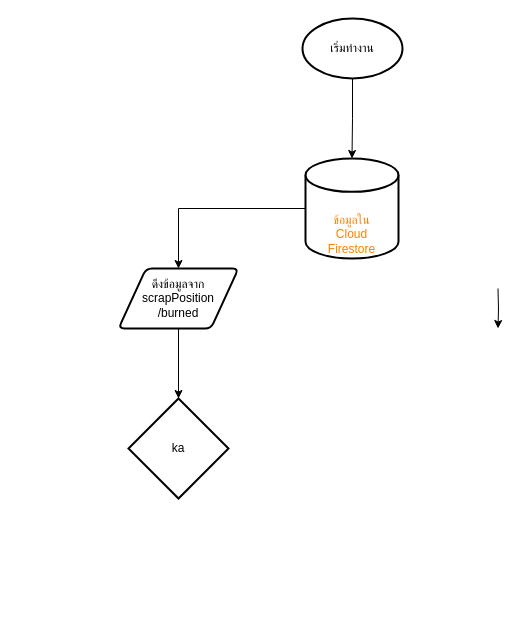
Above: Untitled Diagram.drawio in blykan/hello-world (draw.io), before the change. Source tidied: cells renumbered, new cells numbered last; positions are measured from the earlier drawing's top-left corner, leaving out a move shared by most shapes. Both pictures are drawn from the tidied source at 100%, with x=0, y=0 at pixel (118, 18).
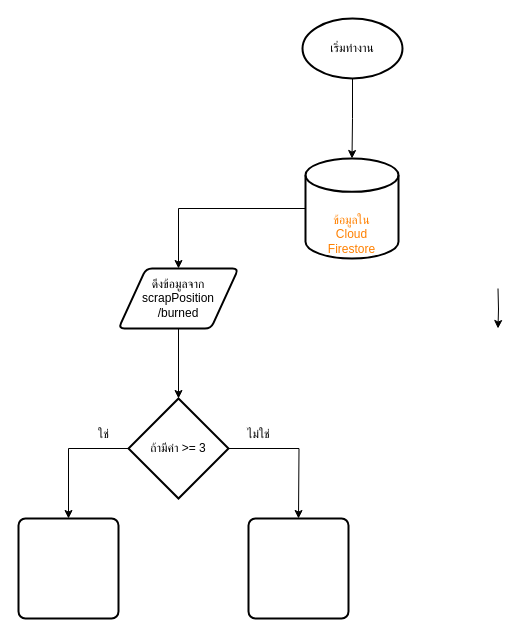
The same diagram, later.

Change to the diagram source:
```diff
@@
 <mxGraphModel>
   <root>
     <mxCell id="0" />
     <mxCell id="1" parent="0" />
     <mxCell id="2" style="edgeStyle=orthogonalEdgeStyle;rounded=0;orthogonalLoop=1;jettySize=auto;html=1;" parent="1" edge="1">
       <mxGeometry relative="1" as="geometry">
         <mxPoint x="379.5" y="270" as="sourcePoint" />
         <mxPoint x="379.5" y="310" as="targetPoint" />
       </mxGeometry>
     </mxCell>
     <mxCell id="3" style="edgeStyle=orthogonalEdgeStyle;rounded=0;jettySize=auto;html=1;entryX=0.5;entryY=0;entryDx=0;entryDy=0;entryPerimeter=0;" parent="1" edge="1" source="4" target="8">
       <mxGeometry relative="1" as="geometry" />
     </mxCell>
     <mxCell id="4" value="เริ่มทำงาน" style="strokeWidth=2;html=1;shape=mxgraph.flowchart.start_1;whiteSpace=wrap;fontFamily=Kanit;FType=g;" parent="1" vertex="1">
       <mxGeometry x="184" width="100" height="60" as="geometry" />
     </mxCell>
     <mxCell id="5" style="edgeStyle=orthogonalEdgeStyle;rounded=0;jettySize=auto;html=1;exitX=0.5;exitY=1;exitDx=0;exitDy=0;entryX=0.5;entryY=0;entryDx=0;entryDy=0;entryPerimeter=0;" parent="1" edge="1" source="6" target="9">
       <mxGeometry relative="1" as="geometry" />
     </mxCell>
     <mxCell id="6" value="&lt;font face=&quot;Kanit&quot;&gt;ดึงข้อมูลจาก&lt;br&gt;scrapPosition&lt;br&gt;/burned&lt;br&gt;&lt;/font&gt;" style="shape=parallelogram;html=1;strokeWidth=2;perimeter=parallelogramPerimeter;whiteSpace=wrap;rounded=1;arcSize=12;size=0.23;" parent="1" vertex="1">
       <mxGeometry y="250" width="120" height="60" as="geometry" />
     </mxCell>
     <mxCell id="7" style="edgeStyle=orthogonalEdgeStyle;rounded=0;jettySize=auto;html=1;entryX=0.5;entryY=0;entryDx=0;entryDy=0;" parent="1" edge="1" source="8" target="6">
       <mxGeometry relative="1" as="geometry" />
     </mxCell>
     <mxCell id="8" value="&lt;font face=&quot;Kanit&quot; color=&quot;#ff8000&quot;&gt;ข้อมูลใน&lt;br&gt;Cloud&lt;br&gt;Firestore&lt;br&gt;&lt;/font&gt;" style="strokeWidth=2;html=1;shape=mxgraph.flowchart.database;whiteSpace=wrap;verticalAlign=bottom;textDirection=ltr;horizontal=1;" parent="1" vertex="1">
       <mxGeometry x="187" y="140" width="93" height="100" as="geometry" />
     </mxCell>
+    <mxCell id="10" style="edgeStyle=orthogonalEdgeStyle;rounded=0;jettySize=auto;html=1;exitX=0;exitY=0.5;exitDx=0;exitDy=0;exitPerimeter=0;entryX=0.5;entryY=0;entryDx=0;entryDy=0;fontFamily=Kanit;" parent="1" edge="1" source="9" target="12">
+      <mxGeometry relative="1" as="geometry" />
+    </mxCell>
+    <mxCell id="11" style="edgeStyle=orthogonalEdgeStyle;rounded=0;jettySize=auto;html=1;exitX=1;exitY=0.5;exitDx=0;exitDy=0;exitPerimeter=0;fontFamily=Kanit;" parent="1" edge="1" source="9">
+      <mxGeometry relative="1" as="geometry">
+        <mxPoint x="180" y="500" as="targetPoint" />
+      </mxGeometry>
+    </mxCell>
-    <mxCell id="9" value="ka" style="strokeWidth=2;html=1;shape=mxgraph.flowchart.decision;whiteSpace=wrap;" parent="1" vertex="1">
+    <mxCell id="9" value="ถ้ามีค่า &amp;gt;= 3" style="strokeWidth=2;html=1;shape=mxgraph.flowchart.decision;whiteSpace=wrap;fontFamily=Kanit;" parent="1" vertex="1">
       <mxGeometry x="10" y="380" width="100" height="100" as="geometry" />
     </mxCell>
+    <mxCell id="12" style="rounded=1;whiteSpace=wrap;html=1;absoluteArcSize=1;arcSize=14;strokeWidth=2;fontFamily=Kanit;" parent="1" vertex="1">
+      <mxGeometry x="-100" y="500" width="100" height="100" as="geometry" />
+    </mxCell>
+    <mxCell id="13" value="ใช่" style="text;html=1;align=center;verticalAlign=middle;fontFamily=Kanit;" parent="1" vertex="1">
+      <mxGeometry x="-30" y="406" width="30" height="20" as="geometry" />
+    </mxCell>
+    <mxCell id="14" style="rounded=1;whiteSpace=wrap;html=1;absoluteArcSize=1;arcSize=14;strokeWidth=2;fontFamily=Kanit;" parent="1" vertex="1">
+      <mxGeometry x="130" y="500" width="100" height="100" as="geometry" />
+    </mxCell>
+    <mxCell id="15" value="ไม่ใช่" style="text;html=1;align=center;verticalAlign=middle;fontFamily=Kanit;" parent="1" vertex="1">
+      <mxGeometry x="120" y="406" width="40" height="20" as="geometry" />
+    </mxCell>
   </root>
 </mxGraphModel>
```
